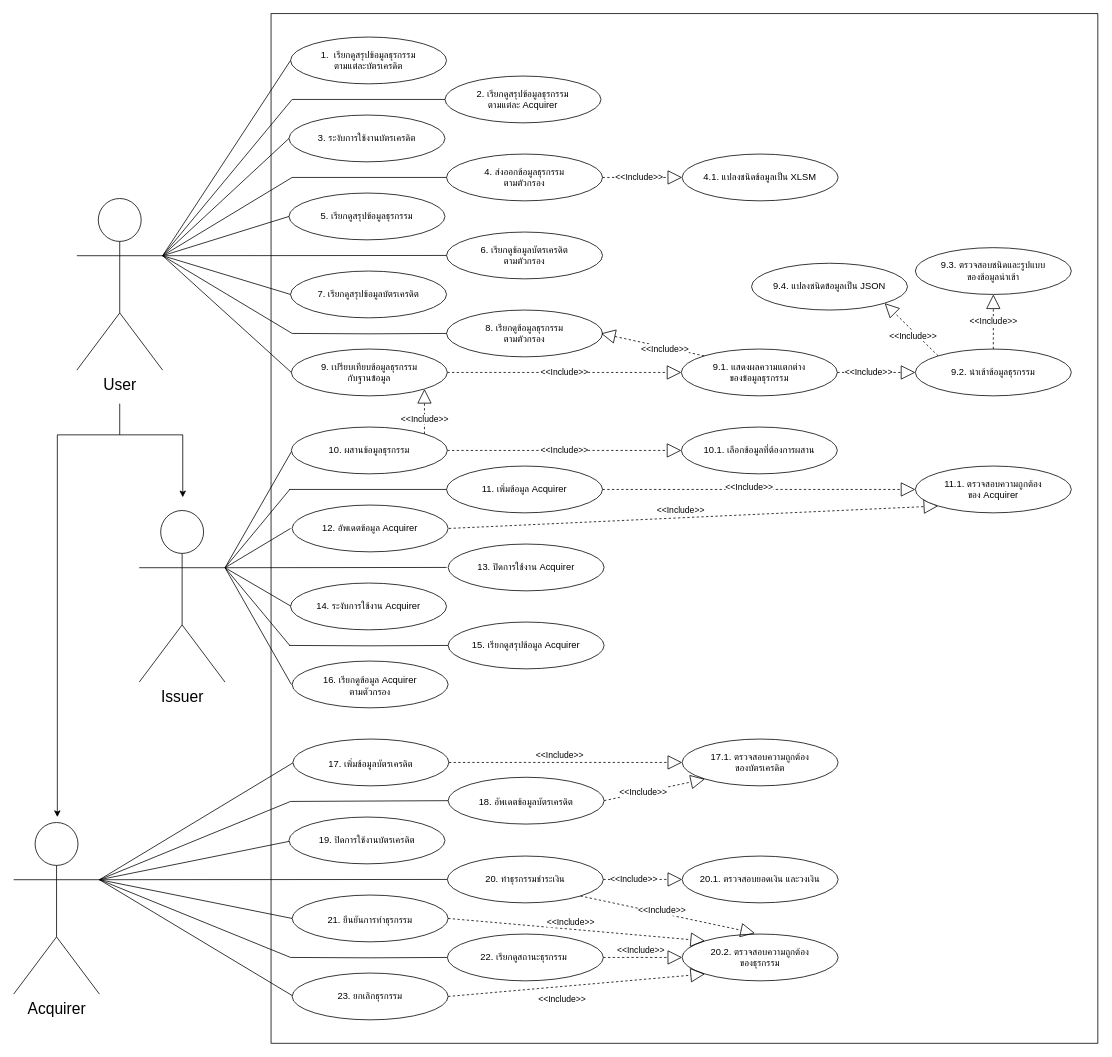
The draw.io diagram usecase.drawio in jarawin/issuer-server, before the edit. Source tidied: cells renumbered, new cells numbered last; positions are measured from the earlier drawing's top-left corner, leaving out a move shared by most shapes. Both pictures are drawn from the tidied source at 78%, with x=0, y=0 at pixel (13, 13).
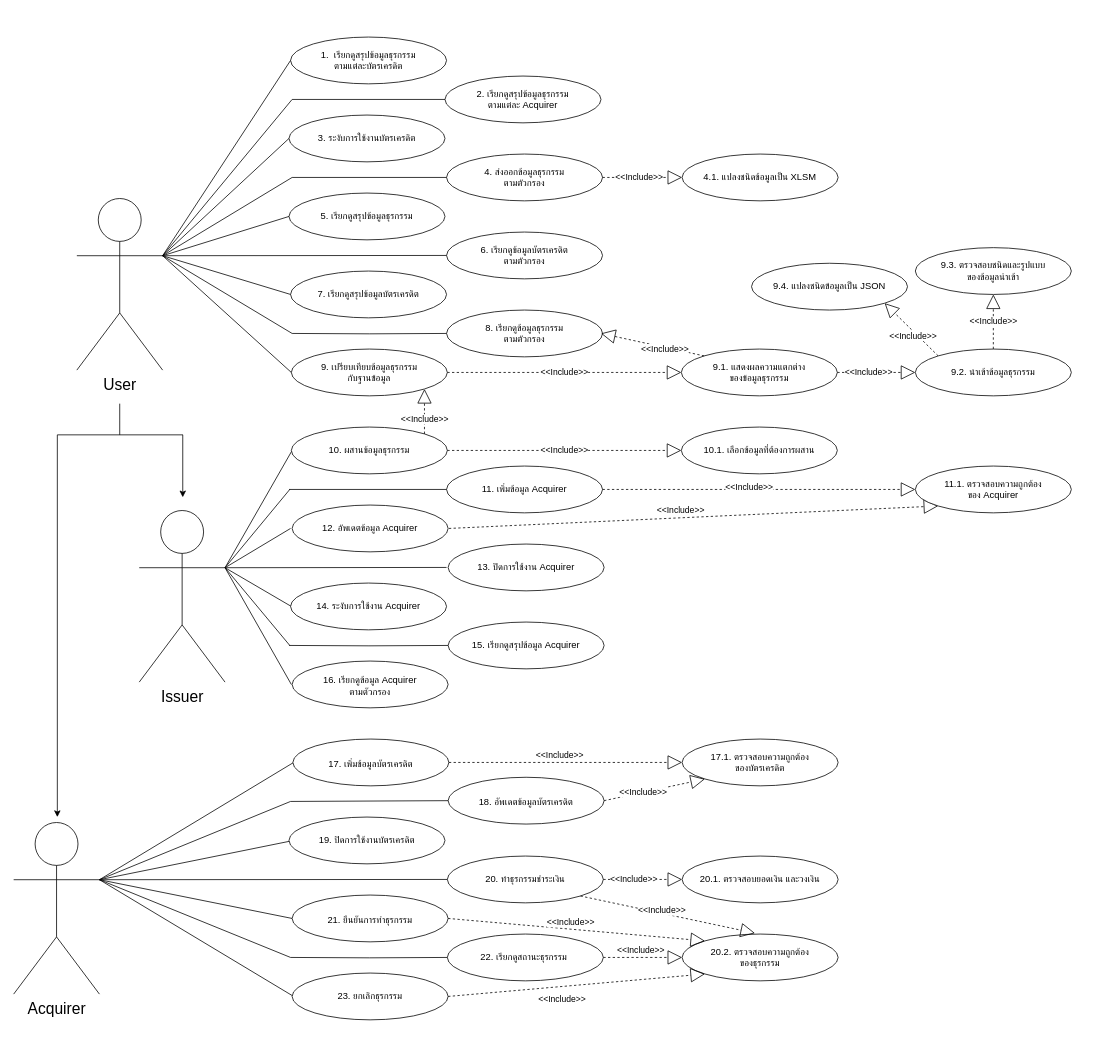
Above is the later version.

Diff of the diagram source:
```diff
@@
-    <mxCell id="89" style="html=1;whiteSpace=wrap;fillColor=none;" parent="1" vertex="1">
-      <mxGeometry x="330" width="1060" height="1320" as="geometry" />
-    </mxCell>
```
